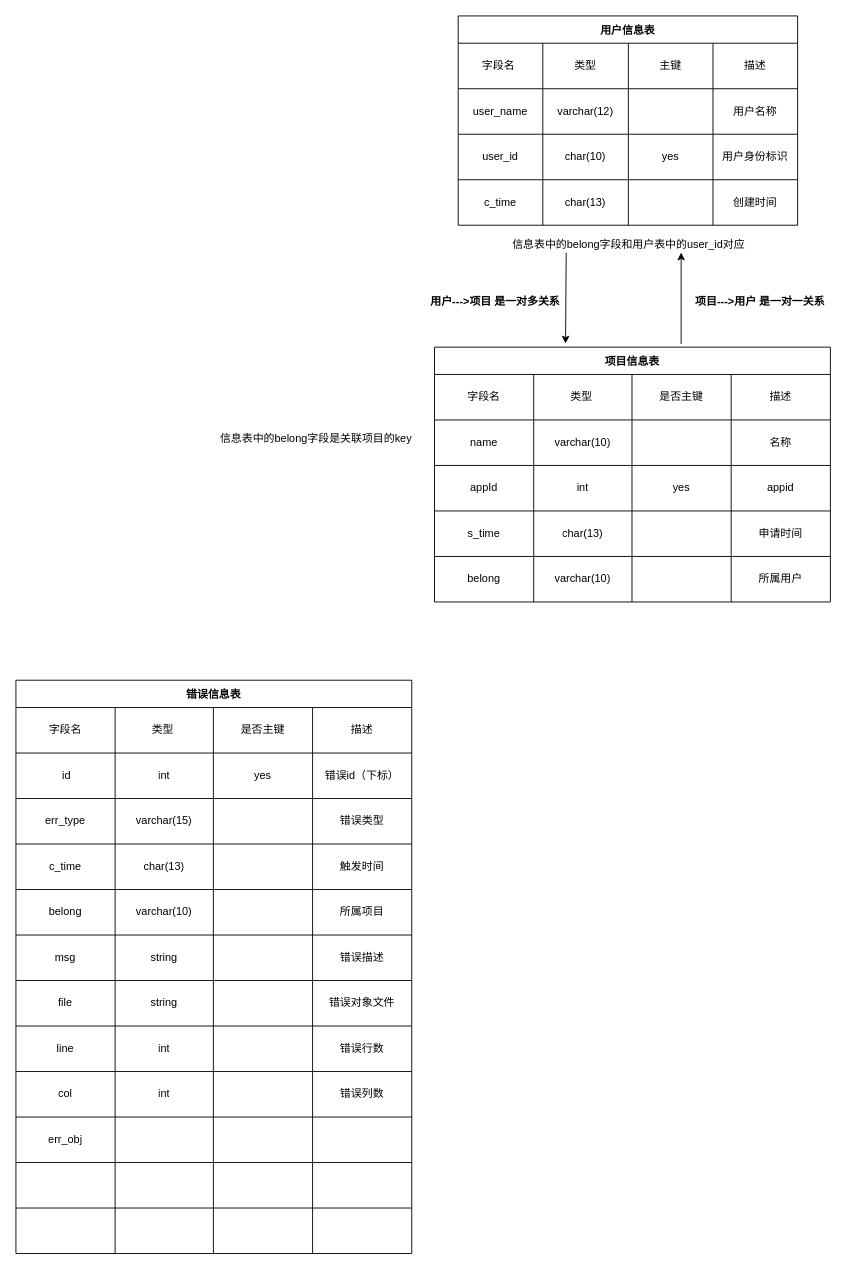
Before: server/监控平台表结构设计.drawio in lczCoder/monitor-screen, a draw.io diagram. Source tidied: cells renumbered, new cells numbered last; positions are measured from the earlier drawing's top-left corner, leaving out a move shared by most shapes. Both pictures are drawn from the tidied source at 91%, with x=0, y=0 at pixel (15, 15).
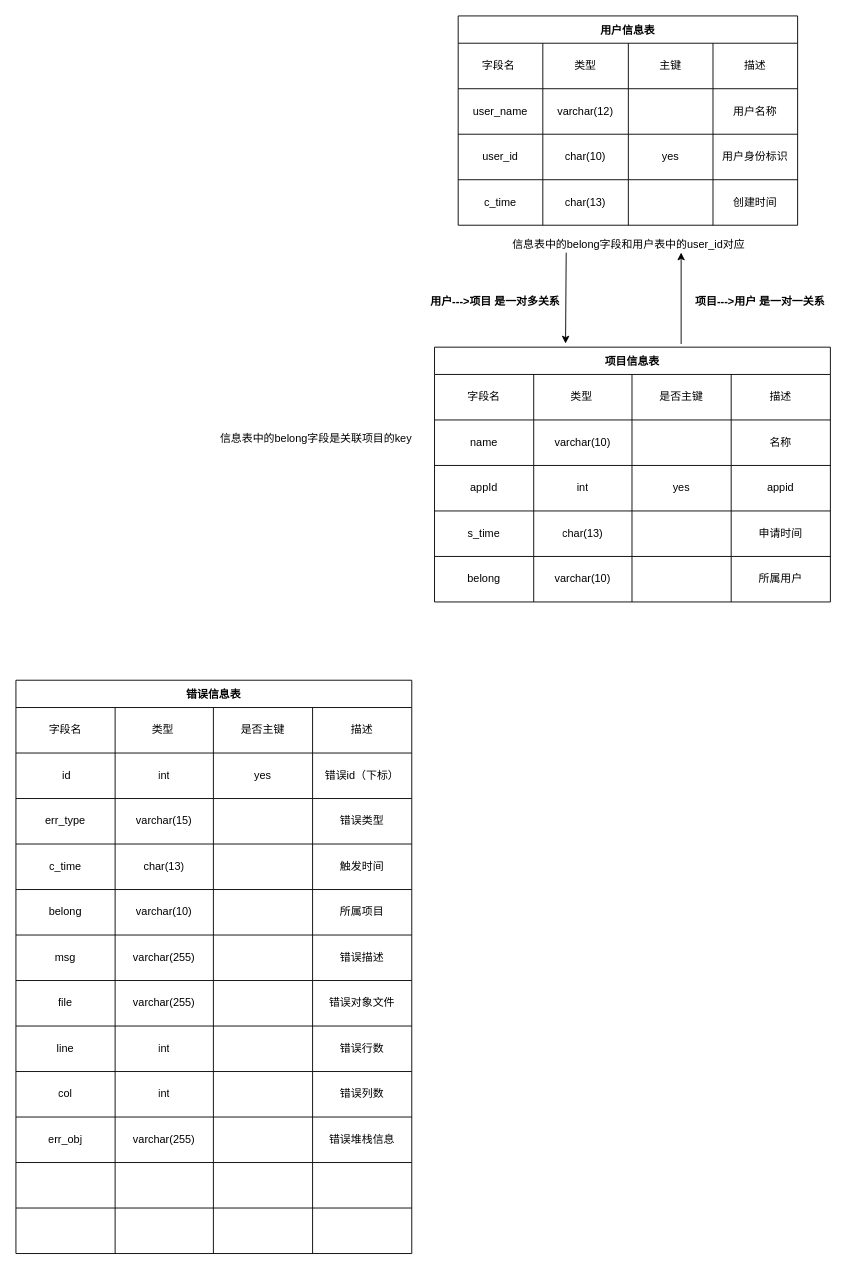
The same page after the edit.

The change refers to these unchanged cells:
```xml
<mxCell id="80" style="shape=tableRow;horizontal=0;startSize=0;swimlaneHead=0;swimlaneBody=0;top=0;left=0;bottom=0;right=0;fillColor=none;" parent="54" vertex="1">
  <mxGeometry y="280" width="435" height="50" as="geometry" />
</mxCell>
<mxCell id="85" style="shape=tableRow;horizontal=0;startSize=0;swimlaneHead=0;swimlaneBody=0;top=0;left=0;bottom=0;right=0;fillColor=none;" parent="54" vertex="1">
  <mxGeometry y="330" width="435" height="50" as="geometry" />
</mxCell>
<mxCell id="100" style="shape=tableRow;horizontal=0;startSize=0;swimlaneHead=0;swimlaneBody=0;top=0;left=0;bottom=0;right=0;fillColor=none;" parent="54" vertex="1">
  <mxGeometry y="480" width="435" height="50" as="geometry" />
</mxCell>
```

Change to the diagram source:
```diff
@@
-    <mxCell id="82" value="string" style="shape=partialRectangle;html=1;whiteSpace=wrap;fillColor=none;top=0;left=0;bottom=0;right=0;overflow=hidden;" parent="80" vertex="1">
+    <mxCell id="82" value="varchar(255)" style="shape=partialRectangle;html=1;whiteSpace=wrap;fillColor=none;top=0;left=0;bottom=0;right=0;overflow=hidden;" parent="80" vertex="1">
       <mxGeometry x="109" width="108" height="50" as="geometry" />
     </mxCell>
@@
-    <mxCell id="87" value="string" style="shape=partialRectangle;html=1;whiteSpace=wrap;fillColor=none;top=0;left=0;bottom=0;right=0;overflow=hidden;" parent="85" vertex="1">
+    <mxCell id="87" value="varchar(255)" style="shape=partialRectangle;html=1;whiteSpace=wrap;fillColor=none;top=0;left=0;bottom=0;right=0;overflow=hidden;" parent="85" vertex="1">
       <mxGeometry x="109" width="108" height="50" as="geometry" />
     </mxCell>
@@
-    <mxCell id="102" style="shape=partialRectangle;html=1;whiteSpace=wrap;fillColor=none;top=0;left=0;bottom=0;right=0;overflow=hidden;" parent="100" vertex="1">
+    <mxCell id="102" value="varchar(255)" style="shape=partialRectangle;html=1;whiteSpace=wrap;fillColor=none;top=0;left=0;bottom=0;right=0;overflow=hidden;" parent="100" vertex="1">
       <mxGeometry x="109" width="108" height="50" as="geometry" />
     </mxCell>
@@
-    <mxCell id="104" style="shape=partialRectangle;html=1;whiteSpace=wrap;fillColor=none;top=0;left=0;bottom=0;right=0;overflow=hidden;" parent="100" vertex="1">
+    <mxCell id="104" value="错误堆栈信息" style="shape=partialRectangle;html=1;whiteSpace=wrap;fillColor=none;top=0;left=0;bottom=0;right=0;overflow=hidden;" parent="100" vertex="1">
       <mxGeometry x="326" width="109" height="50" as="geometry" />
     </mxCell>
```
